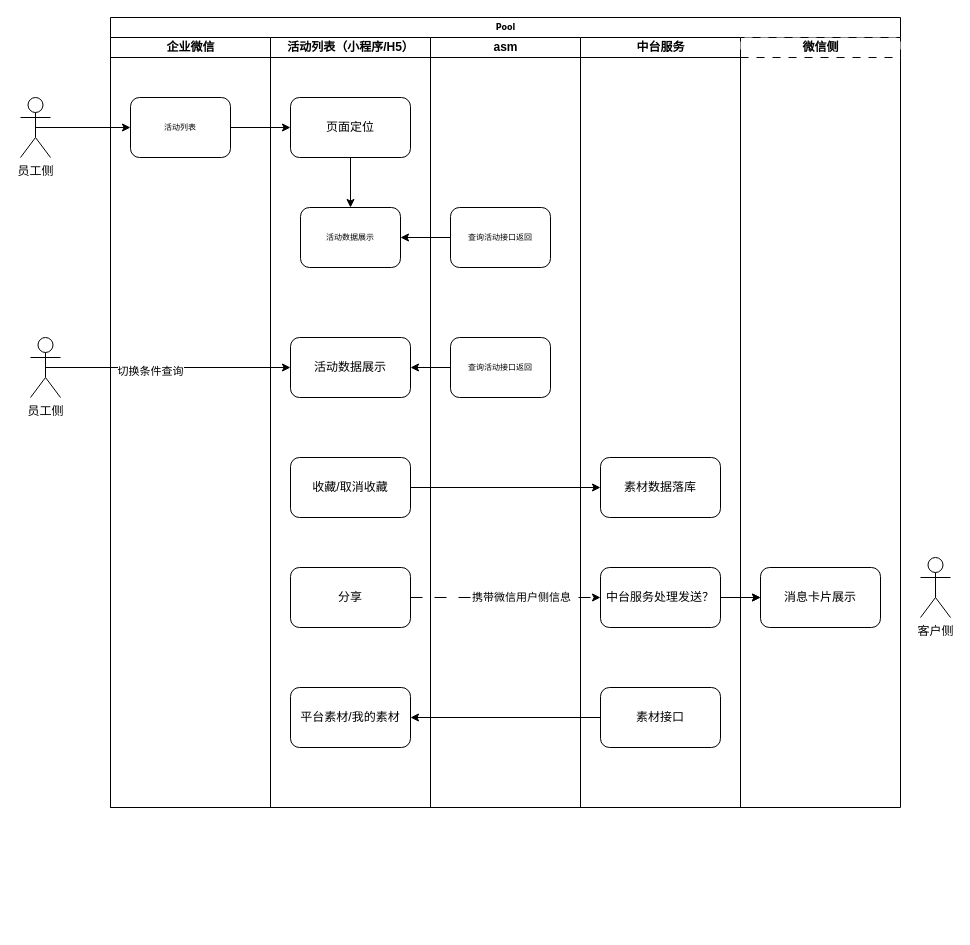
Above: 企业微信-活动列表.drawio in ThinkHuang/diagram (draw.io), before the change. Source tidied: cells renumbered, new cells numbered last; positions are measured from the earlier drawing's top-left corner, leaving out a move shared by most shapes. Both pictures are drawn from the tidied source at 100%, with x=0, y=0 at pixel (20, 17).
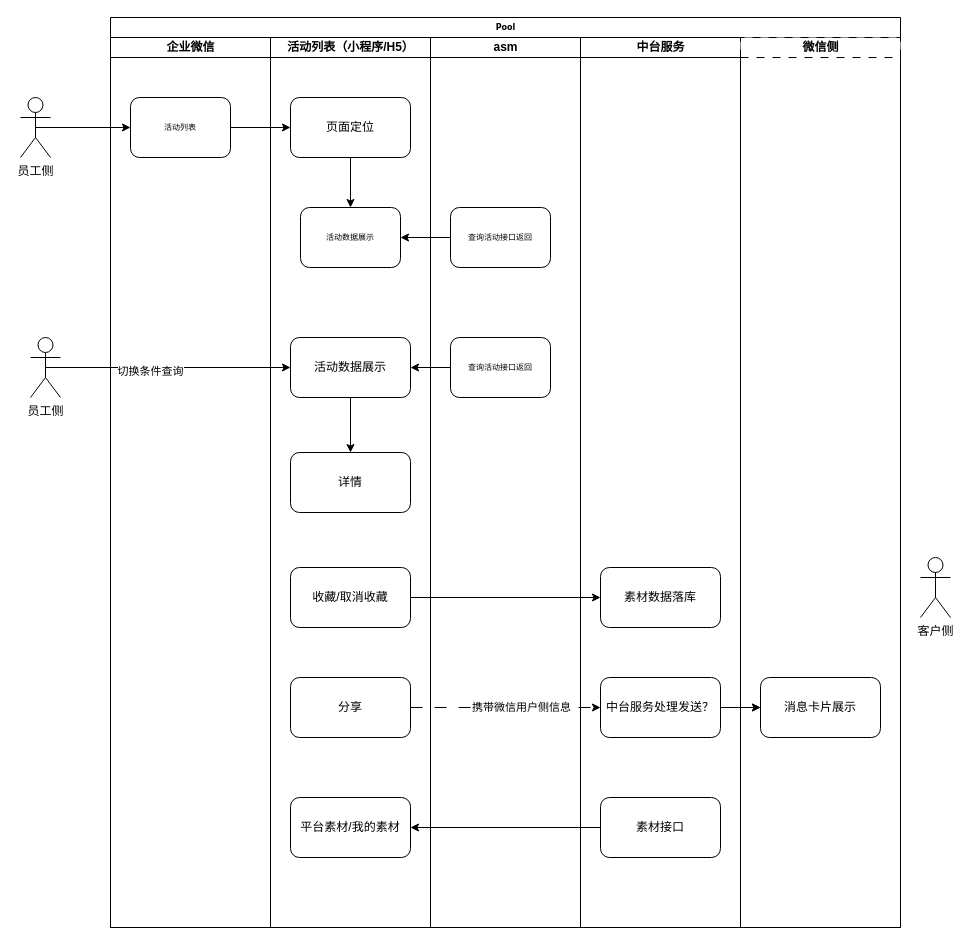
Above is the later version.

Commit message (it also covers changes not shown here):
更新企业微信-活动列表.drawio

The change refers to these unchanged cells:
```xml
<mxCell id="9" value="活动数据展示" style="rounded=1;whiteSpace=wrap;html=1;" parent="5" vertex="1">
  <mxGeometry x="20" y="300" width="120" height="60" as="geometry" />
</mxCell>
```

The edit, as a diff of the source:
```diff
@@
     <mxCell id="2" value="Pool" style="swimlane;html=1;startSize=20;rounded=0;shadow=0;labelBackgroundColor=none;strokeWidth=1;fontFamily=Verdana;fontSize=8;align=center;" parent="1" vertex="1">
-      <mxGeometry x="90" width="790" height="790" as="geometry" />
+      <mxGeometry x="90" width="790" height="910" as="geometry" />
     </mxCell>
     <mxCell id="3" value="企业微信" style="swimlane;html=1;startSize=20;" parent="2" vertex="1">
-      <mxGeometry y="20" width="160" height="770" as="geometry" />
+      <mxGeometry y="20" width="160" height="890" as="geometry" />
     </mxCell>
@@
     <mxCell id="5" value="活动列表（小程序/H5）" style="swimlane;html=1;startSize=20;" parent="2" vertex="1">
-      <mxGeometry x="160" y="20" width="160" height="770" as="geometry" />
+      <mxGeometry x="160" y="20" width="160" height="890" as="geometry" />
     </mxCell>
@@
+    <mxCell id="37" style="edgeStyle=orthogonalEdgeStyle;rounded=0;jettySize=auto;html=1;exitX=0.5;exitY=1;exitDx=0;exitDy=0;entryX=0.5;entryY=0;entryDx=0;entryDy=0;" parent="5" edge="1" source="9" target="38">
+      <mxGeometry relative="1" as="geometry" />
+    </mxCell>
@@
     <mxCell id="10" value="收藏/取消收藏" style="rounded=1;whiteSpace=wrap;html=1;" parent="5" vertex="1">
-      <mxGeometry x="20" y="420" width="120" height="60" as="geometry" />
+      <mxGeometry x="20" y="530" width="120" height="60" as="geometry" />
     </mxCell>
     <mxCell id="11" value="分享" style="rounded=1;whiteSpace=wrap;html=1;" parent="5" vertex="1">
-      <mxGeometry x="20" y="530" width="120" height="60" as="geometry" />
+      <mxGeometry x="20" y="640" width="120" height="60" as="geometry" />
     </mxCell>
     <mxCell id="12" value="平台素材/我的素材" style="rounded=1;whiteSpace=wrap;html=1;" parent="5" vertex="1">
-      <mxGeometry x="20" y="650" width="120" height="60" as="geometry" />
+      <mxGeometry x="20" y="760" width="120" height="60" as="geometry" />
     </mxCell>
+    <mxCell id="38" value="详情" style="rounded=1;whiteSpace=wrap;html=1;" parent="5" vertex="1">
+      <mxGeometry x="20" y="415" width="120" height="60" as="geometry" />
+    </mxCell>
     <mxCell id="13" value="asm" style="swimlane;html=1;startSize=20;" parent="2" vertex="1">
-      <mxGeometry x="320" y="20" width="150" height="770" as="geometry" />
+      <mxGeometry x="320" y="20" width="150" height="890" as="geometry" />
     </mxCell>
@@
-    <mxCell id="19" value="中台服务" style="swimlane;html=1;startSize=20;" parent="2" vertex="1">
-      <mxGeometry x="470" y="20" width="160" height="770" as="geometry" />
-    </mxCell>
-    <mxCell id="20" value="素材数据落库" style="rounded=1;whiteSpace=wrap;html=1;" parent="19" vertex="1">
-      <mxGeometry x="20" y="420" width="120" height="60" as="geometry" />
-    </mxCell>
-    <mxCell id="21" value="中台服务处理发送？" style="rounded=1;whiteSpace=wrap;html=1;" parent="19" vertex="1">
-      <mxGeometry x="20" y="530" width="120" height="60" as="geometry" />
-    </mxCell>
-    <mxCell id="22" value="素材接口" style="rounded=1;whiteSpace=wrap;html=1;" parent="19" vertex="1">
-      <mxGeometry x="20" y="650" width="120" height="60" as="geometry" />
-    </mxCell>
@@
-    <mxCell id="24" value="微信侧" style="swimlane;html=1;startSize=20;dashed=1;dashPattern=8 8;" parent="2" vertex="1">
-      <mxGeometry x="630" y="20" width="160" height="770" as="geometry" />
-    </mxCell>
-    <mxCell id="25" value="消息卡片展示" style="rounded=1;whiteSpace=wrap;html=1;" parent="24" vertex="1">
-      <mxGeometry x="20" y="530" width="120" height="60" as="geometry" />
-    </mxCell>
@@
+    <mxCell id="19" value="中台服务" style="swimlane;html=1;startSize=20;" parent="2" vertex="1">
+      <mxGeometry x="470" y="20" width="160" height="890" as="geometry" />
+    </mxCell>
+    <mxCell id="20" value="素材数据落库" style="rounded=1;whiteSpace=wrap;html=1;" parent="19" vertex="1">
+      <mxGeometry x="20" y="530" width="120" height="60" as="geometry" />
+    </mxCell>
+    <mxCell id="21" value="中台服务处理发送？" style="rounded=1;whiteSpace=wrap;html=1;" parent="19" vertex="1">
+      <mxGeometry x="20" y="640" width="120" height="60" as="geometry" />
+    </mxCell>
+    <mxCell id="22" value="素材接口" style="rounded=1;whiteSpace=wrap;html=1;" parent="19" vertex="1">
+      <mxGeometry x="20" y="760" width="120" height="60" as="geometry" />
+    </mxCell>
+    <mxCell id="24" value="微信侧" style="swimlane;html=1;startSize=20;dashed=1;dashPattern=8 8;" parent="2" vertex="1">
+      <mxGeometry x="630" y="20" width="160" height="890" as="geometry" />
+    </mxCell>
+    <mxCell id="25" value="消息卡片展示" style="rounded=1;whiteSpace=wrap;html=1;" parent="24" vertex="1">
+      <mxGeometry x="20" y="640" width="120" height="60" as="geometry" />
+    </mxCell>
```
